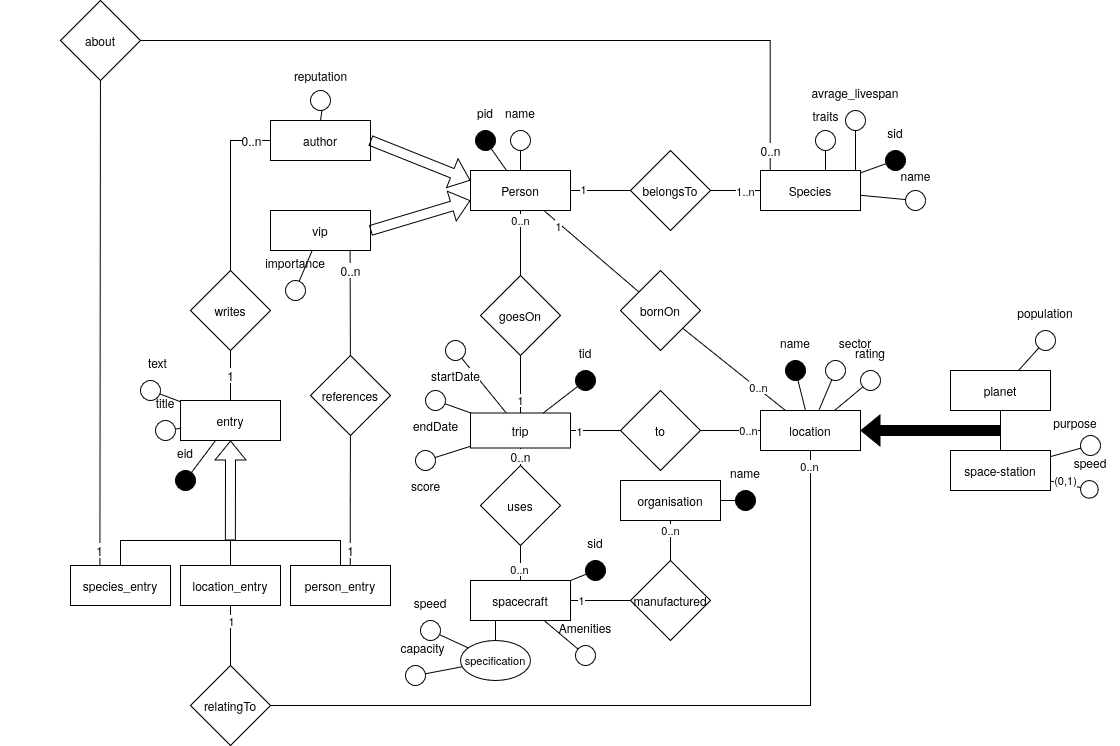
Before: hhgttg-diagramm.drawio.png, a diagram exported from draw.io (MassimiIiano/hhgttg-db). Source tidied: cells renumbered, new cells last; positions are measured from the earlier drawing's top-left corner, leaving out a move shared by most shapes.
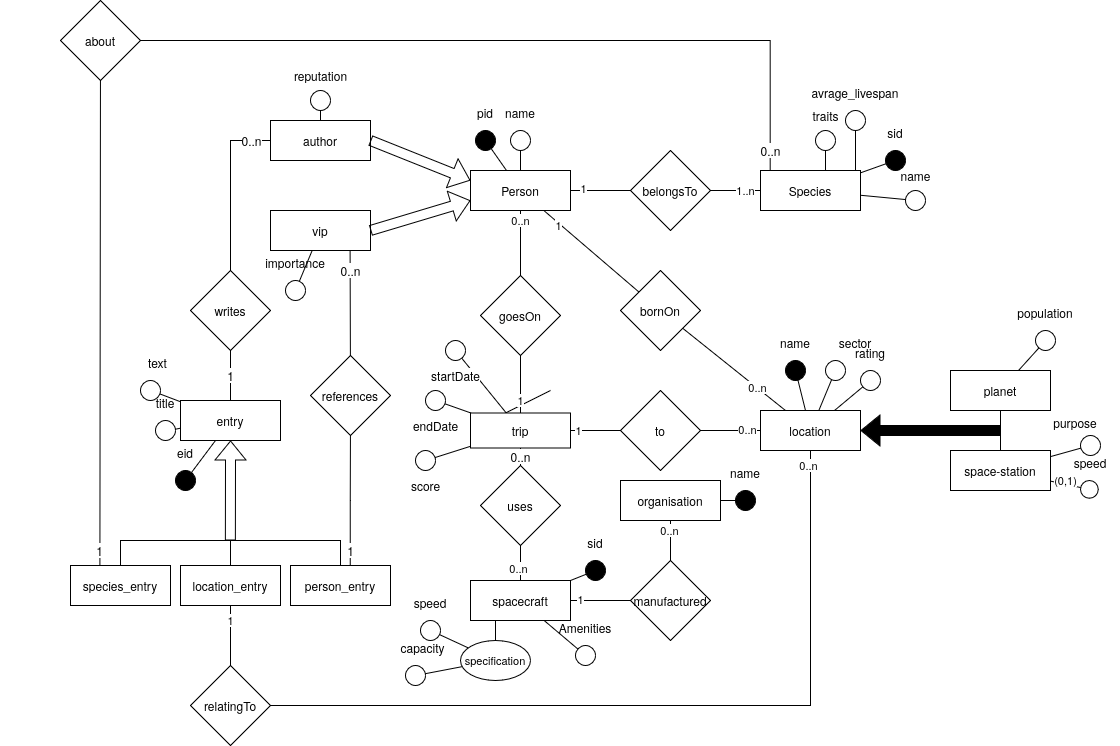
After the commit.

Change to the diagram source:
```diff
@@ -414,6 +414,11 @@
     <mxCell id="131" style="rounded=0;jettySize=auto;html=1;entryX=0.5;entryY=0;entryDx=0;entryDy=0;endArrow=none;startFill=0;" parent="1" edge="1" source="129" target="40">
       <mxGeometry relative="1" as="geometry" />
     </mxCell>
+    <mxCell id="152" style="edgeStyle=none;shape=connector;rounded=0;jettySize=auto;html=1;exitX=0;exitY=0.5;exitDx=0;exitDy=0;strokeColor=default;align=center;verticalAlign=middle;fontFamily=Helvetica;fontSize=11;fontColor=default;labelBackgroundColor=default;endArrow=none;endFill=0;endSize=6;fillColor=#000000;" parent="1" edge="1" source="132">
+      <mxGeometry relative="1" as="geometry">
+        <mxPoint x="550" y="390" as="targetPoint" />
+      </mxGeometry>
+    </mxCell>
     <mxCell id="132" value="trip" style="rounded=0;whiteSpace=wrap;html=1;" parent="1" vertex="1">
       <mxGeometry x="470" y="412.5" width="100" height="35" as="geometry" />
     </mxCell>
@@ -456,15 +461,6 @@
     <mxCell id="145" value="&amp;nbsp;" style="text;whiteSpace=wrap;html=1;fontFamily=Helvetica;fontSize=11;fontColor=default;labelBackgroundColor=default;" parent="1" vertex="1">
       <mxGeometry y="320" width="40" height="40" as="geometry" />
     </mxCell>
-    <mxCell id="146" value="tid" style="group;" parent="1" vertex="1">
-      <mxGeometry x="560" y="340" width="50" height="50" as="geometry" />
-    </mxCell>
-    <mxCell id="147" style="ellipse;whiteSpace=wrap;html=1;rounded=0;strokeColor=default;align=center;verticalAlign=middle;fontFamily=Helvetica;fontSize=12;fontColor=default;labelBackgroundColor=default;fillColor=#000000;" parent="146" vertex="1">
-      <mxGeometry x="15" y="30" width="20" height="20" as="geometry" />
-    </mxCell>
-    <mxCell id="148" style="edgeStyle=none;shape=connector;rounded=0;jettySize=auto;html=1;strokeColor=default;align=center;verticalAlign=middle;fontFamily=Helvetica;fontSize=11;fontColor=default;labelBackgroundColor=default;endArrow=none;endFill=0;endSize=25;fillColor=#000000;" parent="1" edge="1" source="147" target="132">
-      <mxGeometry relative="1" as="geometry" />
-    </mxCell>
     <mxCell id="149" style="edgeStyle=none;rounded=0;jettySize=auto;html=1;strokeColor=default;align=center;verticalAlign=middle;fontFamily=Helvetica;fontSize=12;fontColor=default;labelBackgroundColor=default;endArrow=none;endFill=0;shape=flexArrow;startArrow=block;fillColor=none;entryX=1;entryY=0.5;entryDx=0;entryDy=0;exitX=0;exitY=0.75;exitDx=0;exitDy=0;" parent="1" edge="1" source="8" target="42">
       <mxGeometry relative="1" as="geometry" />
     </mxCell>
```
